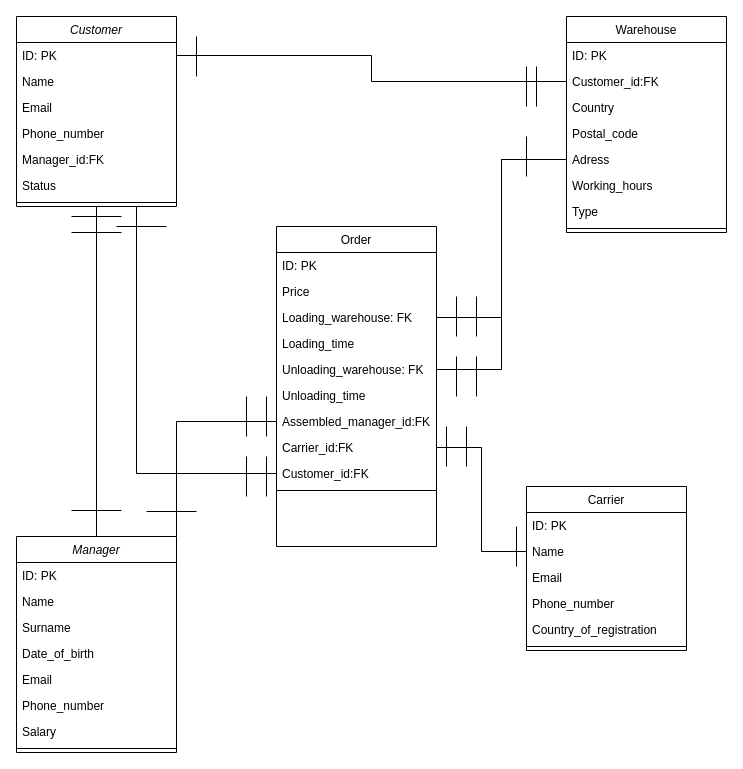
DDRAV/Miniprojektas-klusterizacija-klasifikacija- keeps this draw.io diagram as sql_diagram.drawio. Above is the earlier version. Source tidied: cells renumbered, new cells numbered last; positions are measured from the earlier drawing's top-left corner, leaving out a move shared by most shapes. Both pictures are drawn from the tidied source at 100%, with x=0, y=0 at pixel (16, 16).
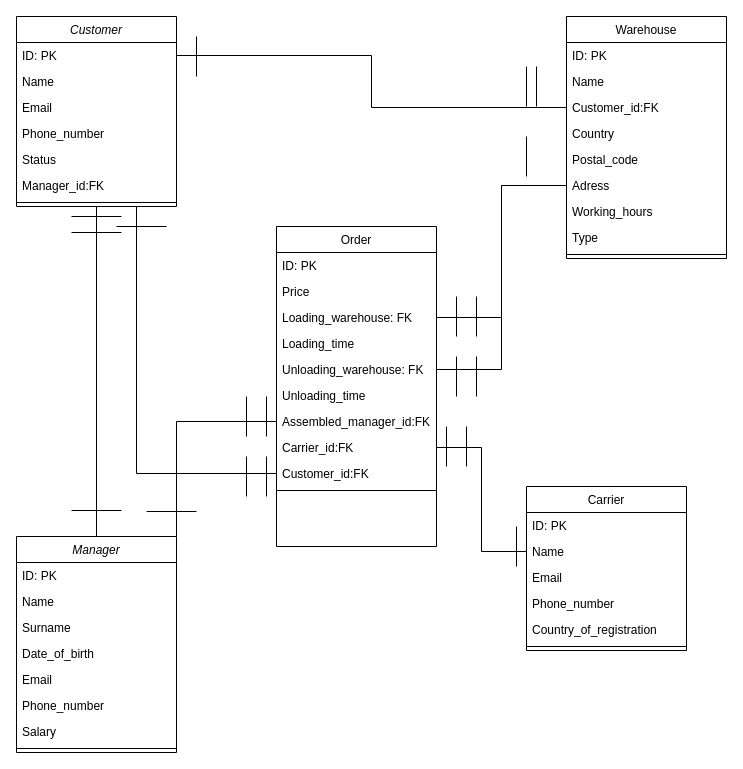
The same page after the edit.

Unchanged cells that the change refers to:
```xml
<mxCell id="41" value="Customer" style="swimlane;fontStyle=2;align=center;verticalAlign=top;horizontal=1;startSize=26;rounded=0;shadow=0;strokeWidth=1;" parent="1" vertex="1">
  <mxGeometry width="160" height="190" as="geometry" />
</mxCell>
```

Change to the diagram source:
```diff
@@
     <mxCell id="30" value="Warehouse" style="swimlane;fontStyle=0;align=center;verticalAlign=top;horizontal=1;startSize=26;rounded=0;shadow=0;strokeWidth=1;" parent="1" vertex="1">
-      <mxGeometry x="550" width="160" height="216" as="geometry" />
+      <mxGeometry x="550" width="160" height="242" as="geometry" />
     </mxCell>
@@
+    <mxCell id="73" value="Name" style="text;align=left;verticalAlign=top;spacingLeft=4;spacingRight=4;overflow=hidden;rounded=0;shadow=0;html=0;" parent="30" vertex="1">
+      <mxGeometry y="52" width="160" height="26" as="geometry" />
+    </mxCell>
     <mxCell id="32" value="Customer_id:FK" style="text;align=left;verticalAlign=top;spacingLeft=4;spacingRight=4;overflow=hidden;points=[[0,0.5],[1,0.5]];portConstraint=eastwest;rounded=0;shadow=0;html=0;" parent="30" vertex="1">
-      <mxGeometry y="52" width="160" height="26" as="geometry" />
+      <mxGeometry y="78" width="160" height="26" as="geometry" />
     </mxCell>
     <mxCell id="33" value="Country" style="text;align=left;verticalAlign=top;spacingLeft=4;spacingRight=4;overflow=hidden;rounded=0;shadow=0;html=0;" parent="30" vertex="1">
-      <mxGeometry y="78" width="160" height="26" as="geometry" />
+      <mxGeometry y="104" width="160" height="26" as="geometry" />
     </mxCell>
     <mxCell id="34" value="Postal_code" style="text;align=left;verticalAlign=top;spacingLeft=4;spacingRight=4;overflow=hidden;rounded=0;shadow=0;html=0;" parent="30" vertex="1">
-      <mxGeometry y="104" width="160" height="26" as="geometry" />
+      <mxGeometry y="130" width="160" height="26" as="geometry" />
     </mxCell>
     <mxCell id="35" value="Adress" style="text;align=left;verticalAlign=top;spacingLeft=4;spacingRight=4;overflow=hidden;points=[[0,0.5],[1,0.5]];portConstraint=eastwest;rounded=0;shadow=0;html=0;" parent="30" vertex="1">
-      <mxGeometry y="130" width="160" height="26" as="geometry" />
+      <mxGeometry y="156" width="160" height="26" as="geometry" />
     </mxCell>
     <mxCell id="36" value="Working_hours" style="text;align=left;verticalAlign=top;spacingLeft=4;spacingRight=4;overflow=hidden;rounded=0;shadow=0;html=0;" parent="30" vertex="1">
-      <mxGeometry y="156" width="160" height="26" as="geometry" />
+      <mxGeometry y="182" width="160" height="26" as="geometry" />
     </mxCell>
     <mxCell id="37" value="Type" style="text;align=left;verticalAlign=top;spacingLeft=4;spacingRight=4;overflow=hidden;rounded=0;shadow=0;html=0;" parent="30" vertex="1">
-      <mxGeometry y="182" width="160" height="26" as="geometry" />
+      <mxGeometry y="208" width="160" height="26" as="geometry" />
     </mxCell>
     <mxCell id="38" style="line;html=1;strokeWidth=1;align=left;verticalAlign=middle;spacingTop=-1;spacingLeft=3;spacingRight=3;labelPosition=right;" parent="30" vertex="1">
-      <mxGeometry y="208" width="160" height="8" as="geometry" />
+      <mxGeometry y="234" width="160" height="8" as="geometry" />
     </mxCell>
@@
+    <mxCell id="47" value="Status" style="text;align=left;verticalAlign=top;spacingLeft=4;spacingRight=4;overflow=hidden;rounded=0;shadow=0;html=0;" parent="41" vertex="1">
+      <mxGeometry y="130" width="160" height="26" as="geometry" />
+    </mxCell>
     <mxCell id="46" value="Manager_id:FK" style="text;align=left;verticalAlign=top;spacingLeft=4;spacingRight=4;overflow=hidden;rounded=0;shadow=0;html=0;" parent="41" vertex="1">
-      <mxGeometry y="130" width="160" height="26" as="geometry" />
+      <mxGeometry y="156" width="160" height="26" as="geometry" />
     </mxCell>
-    <mxCell id="47" value="Status" style="text;align=left;verticalAlign=top;spacingLeft=4;spacingRight=4;overflow=hidden;rounded=0;shadow=0;html=0;" parent="41" vertex="1">
-      <mxGeometry y="156" width="160" height="26" as="geometry" />
-    </mxCell>
```
